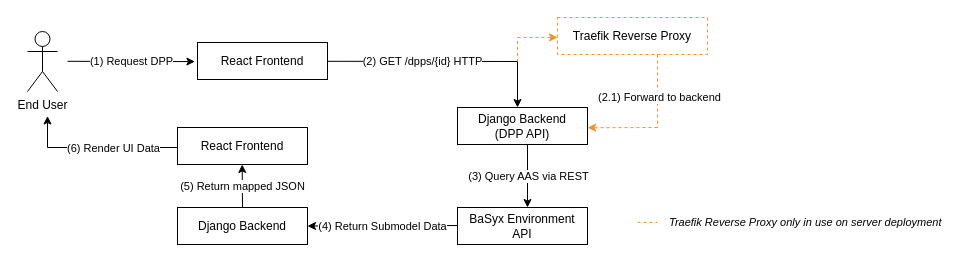
DHBW-TINF24F/Team6-BaSyx-DPP-API keeps this draw.io diagram as PROJECT/SAS/src/communication-diagram/TINF24F_SAS_Team_6_Communication-Diagram.drawio. Above is the earlier version. Source tidied: cells renumbered, new cells numbered last; positions are measured from the earlier drawing's top-left corner, leaving out a move shared by most shapes. Both pictures are drawn from the tidied source at 100%, with x=0, y=0 at pixel (27, 17).
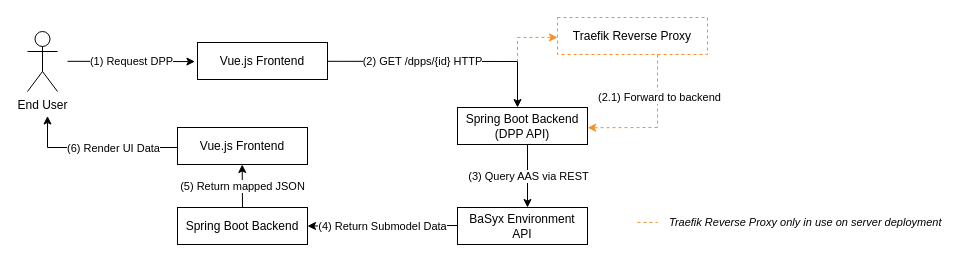
The same page after the edit.

Commit message (it also covers changes not shown here):
altered front- and backend technologies + changed diagrams

The edit, as a diff of the source:
```diff
@@
-    <mxCell id="5" value="React Frontend" style="rounded=0;whiteSpace=wrap;html=1;" parent="1" vertex="1">
+    <mxCell id="5" value="Vue.js Frontend" style="rounded=0;whiteSpace=wrap;html=1;" parent="1" vertex="1">
       <mxGeometry x="170" y="25" width="130" height="37" as="geometry" />
     </mxCell>
@@
-    <mxCell id="12" value="Django Backend&lt;div&gt;(DPP API)&lt;/div&gt;" style="rounded=0;whiteSpace=wrap;html=1;" parent="1" vertex="1">
+    <mxCell id="12" value="Spring Boot Backend&lt;div&gt;(DPP API)&lt;/div&gt;" style="rounded=0;whiteSpace=wrap;html=1;" parent="1" vertex="1">
       <mxGeometry x="430" y="90" width="130" height="37" as="geometry" />
     </mxCell>
@@
-    <mxCell id="21" value="Django Backend" style="rounded=0;whiteSpace=wrap;html=1;" parent="1" vertex="1">
+    <mxCell id="21" value="Spring Boot Backend" style="rounded=0;whiteSpace=wrap;html=1;" parent="1" vertex="1">
       <mxGeometry x="150" y="190" width="130" height="37" as="geometry" />
     </mxCell>
@@
-    <mxCell id="26" value="React Frontend" style="rounded=0;whiteSpace=wrap;html=1;" parent="1" vertex="1">
+    <mxCell id="26" value="Vue.js Frontend" style="rounded=0;whiteSpace=wrap;html=1;" parent="1" vertex="1">
       <mxGeometry x="150" y="110" width="130" height="37" as="geometry" />
     </mxCell>
```
